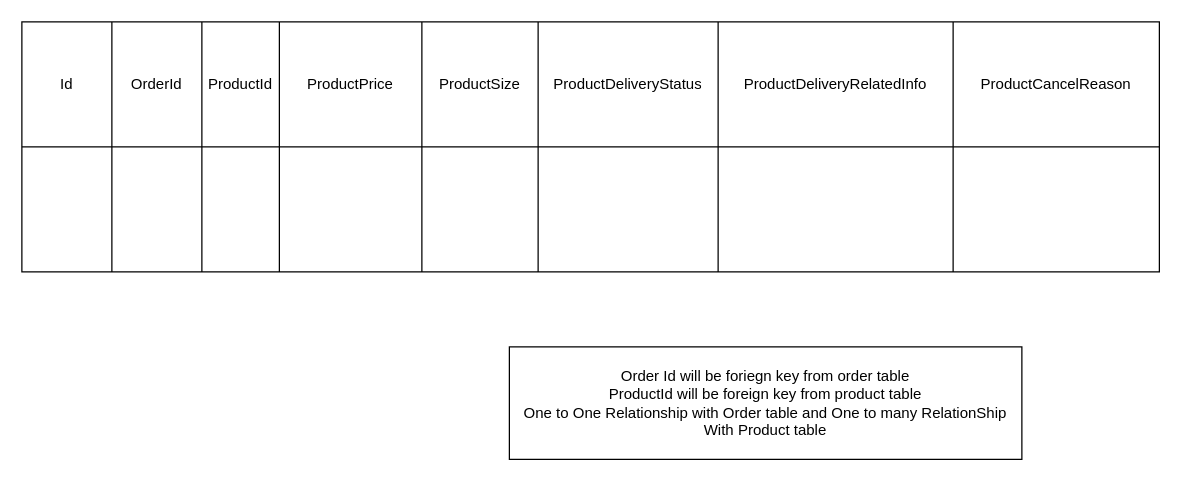
The draw.io diagram schema-design/order-product.drawio in pritammimo/node-with-drizzle, before the edit. Source tidied: cells renumbered, new cells numbered last; positions are measured from the earlier drawing's top-left corner, leaving out a move shared by most shapes. Both pictures are drawn from the tidied source at 125%, with x=0, y=0 at pixel (21, 21).
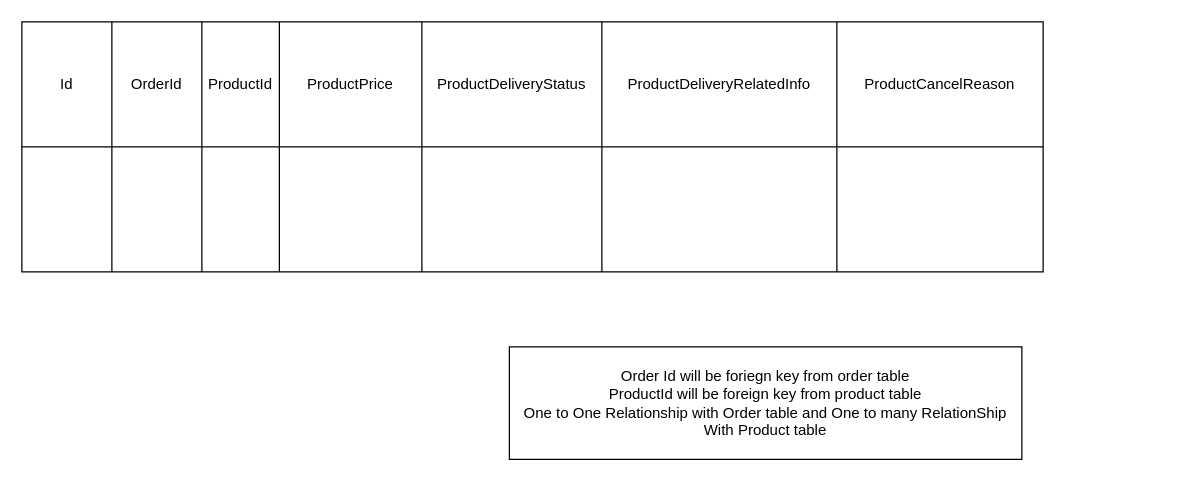
The same page after the edit.

Change to the diagram source:
```diff
@@
     <mxCell id="2" style="shape=table;startSize=0;childLayout=tableLayout;" parent="1" vertex="1">
-      <mxGeometry width="910" height="200" as="geometry" />
+      <mxGeometry width="817" height="200" as="geometry" />
     </mxCell>
     <mxCell id="3" style="shape=tableRow;horizontal=0;startSize=0;swimlaneHead=0;swimlaneBody=0;top=0;left=0;bottom=0;right=0;fillColor=none;" parent="2" vertex="1">
-      <mxGeometry width="910" height="100" as="geometry" />
+      <mxGeometry width="817" height="100" as="geometry" />
     </mxCell>
@@
-    <mxCell id="8" value="ProductSize" style="shape=partialRectangle;html=1;whiteSpace=wrap;overflow=hidden;fillColor=none;top=0;left=0;bottom=0;right=0;" parent="3" vertex="1">
-      <mxGeometry x="320" width="93" height="100" as="geometry" />
-    </mxCell>
     <mxCell id="9" value="ProductDeliveryStatus" style="shape=partialRectangle;html=1;whiteSpace=wrap;overflow=hidden;fillColor=none;top=0;left=0;bottom=0;right=0;" parent="3" vertex="1">
-      <mxGeometry x="413" width="144" height="100" as="geometry" />
+      <mxGeometry x="320" width="144" height="100" as="geometry" />
     </mxCell>
     <mxCell id="10" value="ProductDeliveryRelatedInfo" style="shape=partialRectangle;html=1;whiteSpace=wrap;overflow=hidden;fillColor=none;top=0;left=0;bottom=0;right=0;" parent="3" vertex="1">
-      <mxGeometry x="557" width="188" height="100" as="geometry" />
+      <mxGeometry x="464" width="188" height="100" as="geometry" />
     </mxCell>
     <mxCell id="11" value="ProductCancelReason" style="shape=partialRectangle;html=1;whiteSpace=wrap;overflow=hidden;fillColor=none;top=0;left=0;bottom=0;right=0;" parent="3" vertex="1">
-      <mxGeometry x="745" width="165" height="100" as="geometry" />
+      <mxGeometry x="652" width="165" height="100" as="geometry" />
     </mxCell>
     <mxCell id="12" style="shape=tableRow;horizontal=0;startSize=0;swimlaneHead=0;swimlaneBody=0;top=0;left=0;bottom=0;right=0;fillColor=none;" parent="2" vertex="1">
-      <mxGeometry y="100" width="910" height="100" as="geometry" />
+      <mxGeometry y="100" width="817" height="100" as="geometry" />
     </mxCell>
@@
-    <mxCell id="17" style="shape=partialRectangle;html=1;whiteSpace=wrap;overflow=hidden;fillColor=none;top=0;left=0;bottom=0;right=0;" parent="12" vertex="1">
-      <mxGeometry x="320" width="93" height="100" as="geometry" />
-    </mxCell>
     <mxCell id="18" style="shape=partialRectangle;html=1;whiteSpace=wrap;overflow=hidden;fillColor=none;top=0;left=0;bottom=0;right=0;" parent="12" vertex="1">
-      <mxGeometry x="413" width="144" height="100" as="geometry" />
+      <mxGeometry x="320" width="144" height="100" as="geometry" />
     </mxCell>
     <mxCell id="19" style="shape=partialRectangle;html=1;whiteSpace=wrap;overflow=hidden;fillColor=none;top=0;left=0;bottom=0;right=0;" parent="12" vertex="1">
-      <mxGeometry x="557" width="188" height="100" as="geometry" />
+      <mxGeometry x="464" width="188" height="100" as="geometry" />
     </mxCell>
     <mxCell id="20" style="shape=partialRectangle;html=1;whiteSpace=wrap;overflow=hidden;fillColor=none;top=0;left=0;bottom=0;right=0;" parent="12" vertex="1">
-      <mxGeometry x="745" width="165" height="100" as="geometry" />
+      <mxGeometry x="652" width="165" height="100" as="geometry" />
     </mxCell>
```
